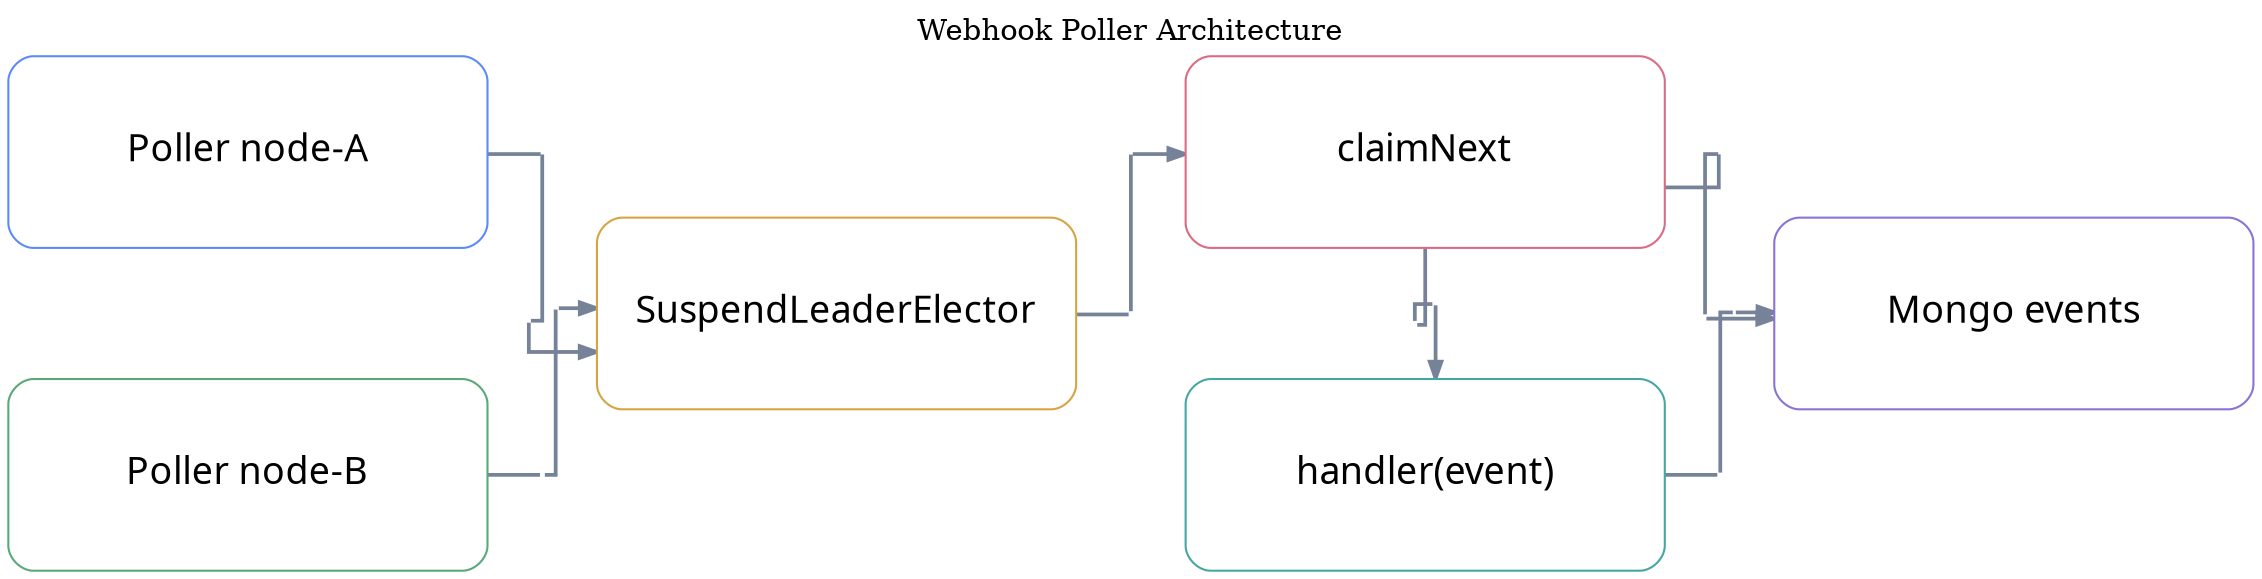
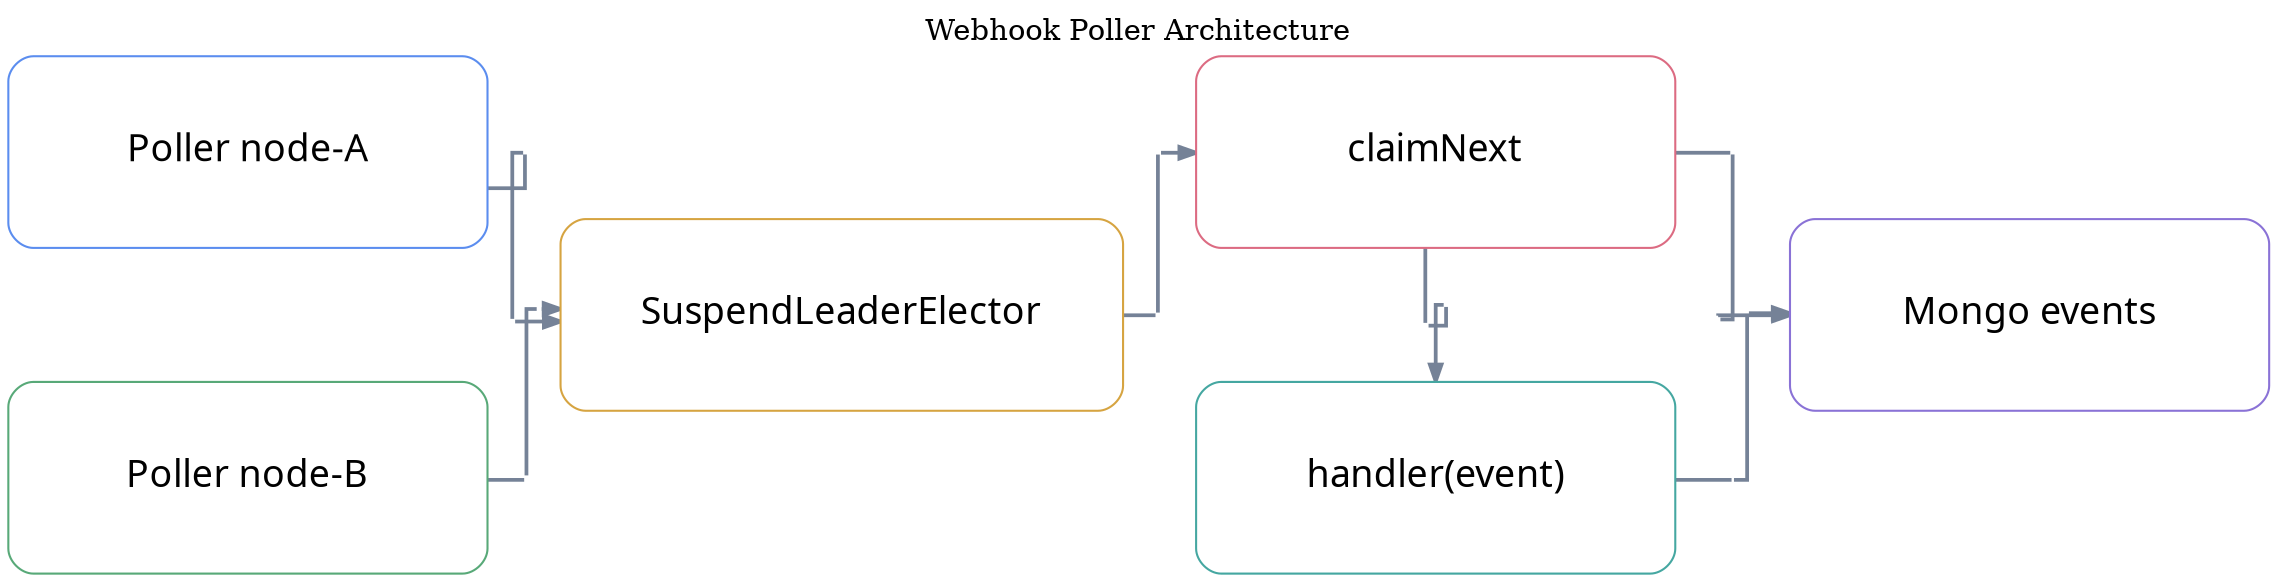
digraph "examples-webhook-poller-architecture-01" {
  graph [layout=neato, rankdir=LR, splines=ortho, overlap=false, outputorder=edgesfirst, nodesep=0.55, ranksep=0.75, bgcolor="transparent", label="Webhook Poller Architecture", labelloc=t];
  node [shape=box, style="rounded,filled", fontname="Architects Daughter", fontsize=18, margin="0.16,0.10"];
  edge [color="#758297", penwidth=1.8, arrowsize=0.8, fontname="Comic Mono", fontsize=10];
  n0 [label="Poller node-A", fillcolor="#ffffff", color="#5B8DEF", width=3.19, height=1.28, pos="185.00,504.00!"];
  n1 [label="Poller node-B", fillcolor="#ffffff", color="#58A978", width=3.19, height=1.28, pos="185.00,334.00!"];
-   n2 [label="SuspendLeaderElector", fillcolor="#ffffff", color="#D6A441", width=3.19, height=1.28, pos="495.00,419.00!"];
+   n2 [label="SuspendLeaderElector", fillcolor="#ffffff", color="#D6A441", width=3.75, height=1.28, pos="495.00,419.00!"];
  n3 [label="claimNext", fillcolor="#ffffff", color="#DC6B82", width=3.19, height=1.28, pos="805.00,504.00!"];
  n4 [label="handler(event)", fillcolor="#ffffff", color="#45A7A1", width=3.19, height=1.28, pos="805.00,334.00!"];
  n5 [label="Mongo events", fillcolor="#ffffff", color="#8A72D6", width=3.19, height=1.28, pos="1115.00,419.00!"];
-   r1p1 [label="", shape=point, width=0.03, height=0.03, fixedsize=true, style=invis, pos="340.00,504.00!"];
-   r1p2 [label="", shape=point, width=0.03, height=0.03, fixedsize=true, style=invis, pos="340.00,419.00!"];
+   r1p1 [label="", shape=point, width=0.03, height=0.03, fixedsize=true, style=invis, pos="330.00,504.00!"];
+   r1p2 [label="", shape=point, width=0.03, height=0.03, fixedsize=true, style=invis, pos="330.00,419.00!"];
  n0 -> r1p1 [arrowhead=none];
  r1p1 -> r1p2 [arrowhead=none];
  r1p2 -> n2 [];
-   r2p1 [label="", shape=point, width=0.03, height=0.03, fixedsize=true, style=invis, pos="340.00,334.00!"];
-   r2p2 [label="", shape=point, width=0.03, height=0.03, fixedsize=true, style=invis, pos="340.00,419.00!"];
+   r2p1 [label="", shape=point, width=0.03, height=0.03, fixedsize=true, style=invis, pos="330.00,334.00!"];
+   r2p2 [label="", shape=point, width=0.03, height=0.03, fixedsize=true, style=invis, pos="330.00,419.00!"];
  n1 -> r2p1 [arrowhead=none];
  r2p1 -> r2p2 [arrowhead=none];
  r2p2 -> n2 [];
-   r3p1 [label="", shape=point, width=0.03, height=0.03, fixedsize=true, style=invis, pos="650.00,419.00!"];
-   r3p2 [label="", shape=point, width=0.03, height=0.03, fixedsize=true, style=invis, pos="650.00,504.00!"];
+   r3p1 [label="", shape=point, width=0.03, height=0.03, fixedsize=true, style=invis, pos="660.00,419.00!"];
+   r3p2 [label="", shape=point, width=0.03, height=0.03, fixedsize=true, style=invis, pos="660.00,504.00!"];
  n2 -> r3p1 [arrowhead=none];
  r3p1 -> r3p2 [arrowhead=none];
  r3p2 -> n3 [];
  r4p1 [label="", shape=point, width=0.03, height=0.03, fixedsize=true, style=invis, pos="805.00,419.00!"];
  r4p2 [label="", shape=point, width=0.03, height=0.03, fixedsize=true, style=invis, pos="805.00,419.00!"];
  n3 -> r4p1 [arrowhead=none];
  r4p1 -> r4p2 [arrowhead=none];
  r4p2 -> n4 [];
  r5p1 [label="", shape=point, width=0.03, height=0.03, fixedsize=true, style=invis, pos="960.00,504.00!"];
  r5p2 [label="", shape=point, width=0.03, height=0.03, fixedsize=true, style=invis, pos="960.00,419.00!"];
  n3 -> r5p1 [arrowhead=none];
  r5p1 -> r5p2 [arrowhead=none];
  r5p2 -> n5 [];
  r6p1 [label="", shape=point, width=0.03, height=0.03, fixedsize=true, style=invis, pos="960.00,334.00!"];
  r6p2 [label="", shape=point, width=0.03, height=0.03, fixedsize=true, style=invis, pos="960.00,419.00!"];
  n4 -> r6p1 [arrowhead=none];
  r6p1 -> r6p2 [arrowhead=none];
  r6p2 -> n5 [];
}
